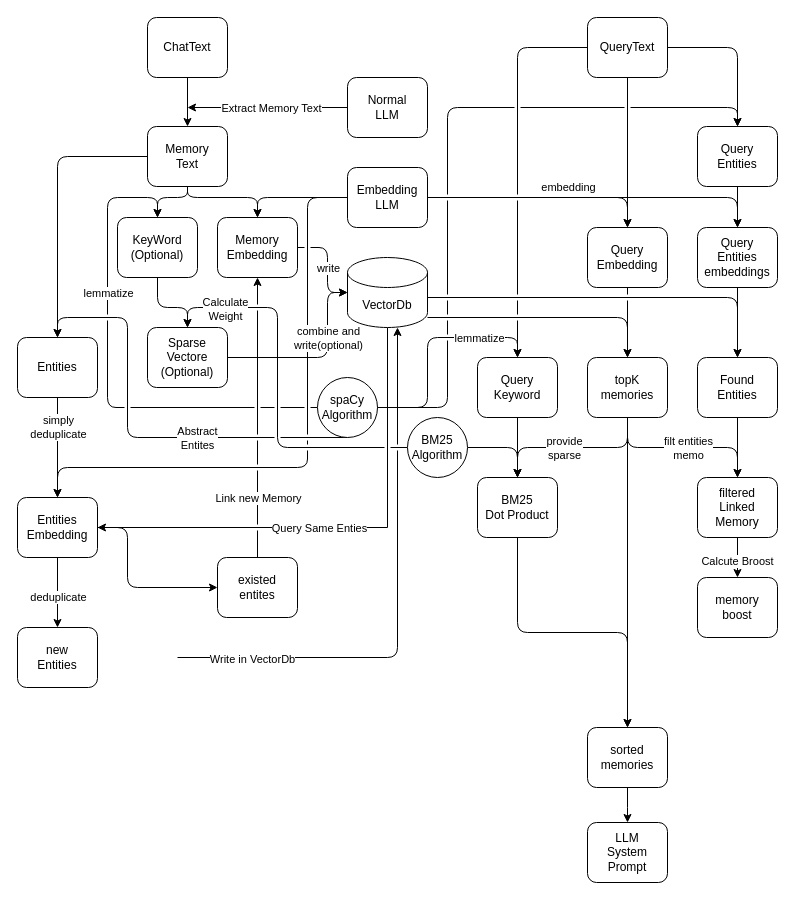
Above: mem0思维链.drawio in Chrischenny/drawio (draw.io), before the change. Source tidied: cells renumbered, new cells numbered last; positions are measured from the earlier drawing's top-left corner, leaving out a move shared by most shapes. Both pictures are drawn from the tidied source at 100%, with x=0, y=0 at pixel (17, 17).
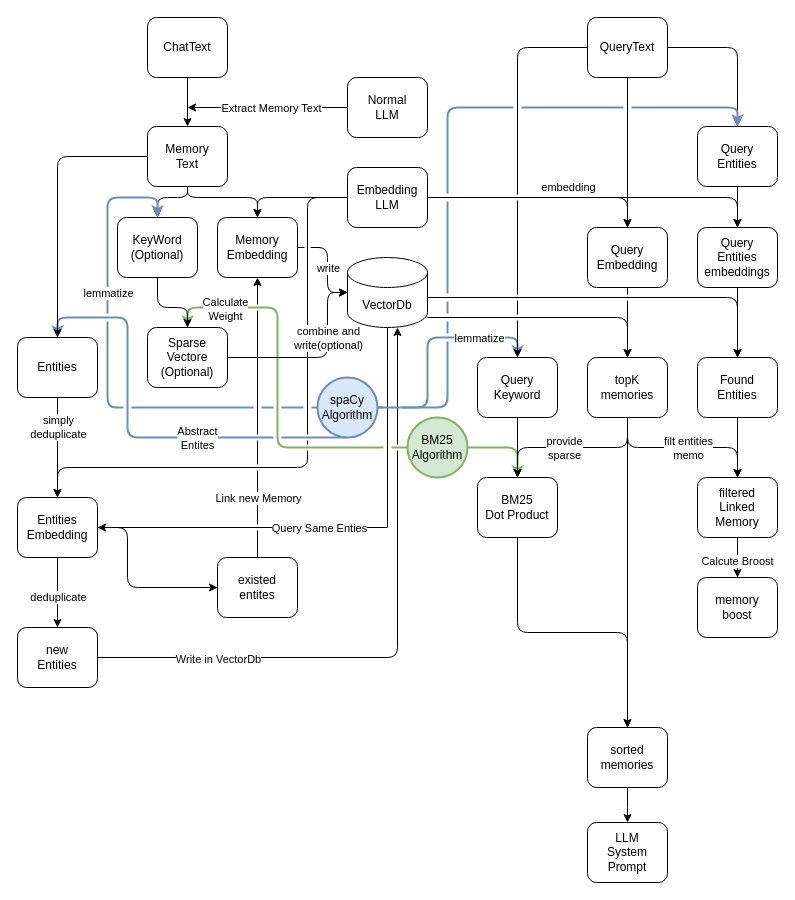
After the change.

Commit message (it also covers changes not shown here):
更新mem0思维链.drawio

Unchanged cells that the change refers to:
```xml
<mxCell id="27" value="Entities" style="rounded=1;whiteSpace=wrap;html=1;" parent="1" vertex="1">
  <mxGeometry y="320" width="80" height="60" as="geometry" />
</mxCell>
<mxCell id="33" value="new&lt;div&gt;Entities&lt;/div&gt;" style="rounded=1;whiteSpace=wrap;html=1;" parent="1" vertex="1">
  <mxGeometry y="610" width="80" height="60" as="geometry" />
</mxCell>
<mxCell id="54" value="Query&lt;div&gt;Keyword&lt;/div&gt;" style="rounded=1;whiteSpace=wrap;html=1;" parent="1" vertex="1">
  <mxGeometry x="460" y="340" width="80" height="60" as="geometry" />
</mxCell>
<mxCell id="58" value="Query&lt;div&gt;Entities&lt;/div&gt;" style="rounded=1;whiteSpace=wrap;html=1;" parent="1" vertex="1">
  <mxGeometry x="680" y="109" width="80" height="60" as="geometry" />
</mxCell>
<mxCell id="73" value="BM25&lt;div&gt;Dot Product&lt;/div&gt;" style="rounded=1;whiteSpace=wrap;html=1;" parent="1" vertex="1">
  <mxGeometry x="460" y="460" width="80" height="60" as="geometry" />
</mxCell>
<mxCell id="79" value="Sparse&lt;div&gt;Vectore&lt;/div&gt;&lt;div&gt;(Optional)&lt;/div&gt;" style="rounded=1;whiteSpace=wrap;html=1;" parent="1" vertex="1">
  <mxGeometry x="130" y="310" width="80" height="60" as="geometry" />
</mxCell>
<mxCell id="81" value="KeyWord&lt;div&gt;(Optional)&lt;/div&gt;" style="rounded=1;whiteSpace=wrap;html=1;" parent="1" vertex="1">
  <mxGeometry x="100" y="200" width="80" height="60" as="geometry" />
</mxCell>
```

What changed in the source:
```diff
@@
-    <mxCell id="4" style="edgeStyle=orthogonalEdgeStyle;rounded=1;jettySize=auto;html=1;entryX=0.5;entryY=0;entryDx=0;entryDy=0;curved=0;" parent="1" edge="1" source="7" target="73">
+    <mxCell id="4" style="edgeStyle=orthogonalEdgeStyle;rounded=1;jettySize=auto;html=1;entryX=0.5;entryY=0;entryDx=0;entryDy=0;curved=0;fillColor=#d5e8d4;strokeColor=#82b366;strokeWidth=2;" parent="1" edge="1" source="7" target="73">
       <mxGeometry relative="1" as="geometry" />
     </mxCell>
-    <mxCell id="5" style="edgeStyle=orthogonalEdgeStyle;rounded=1;jettySize=auto;html=1;entryX=0.5;entryY=0;entryDx=0;entryDy=0;curved=0;jumpStyle=gap;" parent="1" edge="1" source="7" target="79">
+    <mxCell id="5" style="edgeStyle=orthogonalEdgeStyle;rounded=1;jettySize=auto;html=1;entryX=0.5;entryY=0;entryDx=0;entryDy=0;curved=0;jumpStyle=gap;fillColor=#d5e8d4;strokeColor=#82b366;strokeWidth=2;" parent="1" edge="1" source="7" target="79">
       <mxGeometry relative="1" as="geometry">
         <Array as="points">
           <mxPoint x="260" y="430" />
           <mxPoint x="260" y="290" />
           <mxPoint x="170" y="290" />
         </Array>
       </mxGeometry>
     </mxCell>
@@
-    <mxCell id="7" value="BM25&lt;br&gt;Algorithm" style="ellipse;whiteSpace=wrap;html=1;" parent="1" vertex="1">
+    <mxCell id="7" value="BM25&lt;br&gt;Algorithm" style="ellipse;whiteSpace=wrap;html=1;fillColor=#d5e8d4;strokeColor=#82b366;strokeWidth=2;" parent="1" vertex="1">
       <mxGeometry x="390" y="400" width="60" height="60" as="geometry" />
     </mxCell>
-    <mxCell id="8" style="edgeStyle=orthogonalEdgeStyle;rounded=1;jettySize=auto;html=1;entryX=0.5;entryY=0;entryDx=0;entryDy=0;curved=0;jumpStyle=gap;" parent="1" edge="1" source="48" target="27">
+    <mxCell id="8" style="edgeStyle=orthogonalEdgeStyle;rounded=1;jettySize=auto;html=1;entryX=0.5;entryY=0;entryDx=0;entryDy=0;curved=0;jumpStyle=gap;fillColor=#dae8fc;strokeColor=#6c8ebf;strokeWidth=2;" parent="1" edge="1" source="48" target="27">
       <mxGeometry relative="1" as="geometry">
         <Array as="points">
           <mxPoint x="110" y="420" />
           <mxPoint x="110" y="300" />
           <mxPoint x="40" y="300" />
         </Array>
       </mxGeometry>
     </mxCell>
@@
-    <mxCell id="34" style="edgeStyle=orthogonalEdgeStyle;rounded=1;orthogonalLoop=1;jettySize=auto;html=1;entryX=0.5;entryY=1;entryDx=0;entryDy=0;entryPerimeter=0;curved=0;jumpStyle=gap;" parent="1" edge="1">
+    <mxCell id="34" style="edgeStyle=orthogonalEdgeStyle;rounded=1;jettySize=auto;html=1;entryX=0.5;entryY=1;entryDx=0;entryDy=0;entryPerimeter=0;curved=0;jumpStyle=gap;exitX=1;exitY=0.5;exitDx=0;exitDy=0;" parent="1" edge="1" source="33">
       <mxGeometry relative="1" as="geometry">
-        <mxPoint x="160" y="640" as="sourcePoint" />
         <mxPoint x="380" y="310" as="targetPoint" />
         <Array as="points">
           <mxPoint x="380" y="640" />
         </Array>
       </mxGeometry>
     </mxCell>
     <mxCell id="35" value="Write in VectorDb" style="edgeLabel;html=1;align=center;verticalAlign=middle;" parent="34" vertex="1">
-      <mxGeometry x="-0.73" y="-1" relative="1" as="geometry" />
+      <mxGeometry x="-0.73" y="-1" relative="1" as="geometry">
+        <mxPoint x="35" as="offset" />
+      </mxGeometry>
     </mxCell>
@@
-    <mxCell id="44" style="edgeStyle=orthogonalEdgeStyle;rounded=1;jettySize=auto;html=1;entryX=0.5;entryY=0;entryDx=0;entryDy=0;curved=0;" parent="1" edge="1" source="48" target="54">
+    <mxCell id="44" style="edgeStyle=orthogonalEdgeStyle;rounded=1;jettySize=auto;html=1;entryX=0.5;entryY=0;entryDx=0;entryDy=0;curved=0;fillColor=#dae8fc;strokeColor=#6c8ebf;strokeWidth=2;" parent="1" edge="1" source="48" target="54">
       <mxGeometry relative="1" as="geometry" />
     </mxCell>
@@
-    <mxCell id="46" style="edgeStyle=orthogonalEdgeStyle;rounded=1;jettySize=auto;html=1;entryX=0.5;entryY=0;entryDx=0;entryDy=0;curved=0;jumpStyle=gap;" parent="1" edge="1" source="48" target="81">
+    <mxCell id="46" style="edgeStyle=orthogonalEdgeStyle;rounded=1;jettySize=auto;html=1;entryX=0.5;entryY=0;entryDx=0;entryDy=0;curved=0;jumpStyle=gap;fillColor=#dae8fc;strokeColor=#6c8ebf;strokeWidth=2;" parent="1" edge="1" source="48" target="81">
       <mxGeometry relative="1" as="geometry">
         <Array as="points">
           <mxPoint x="90" y="390" />
           <mxPoint x="90" y="180" />
           <mxPoint x="140" y="180" />
         </Array>
       </mxGeometry>
     </mxCell>
@@
-    <mxCell id="48" value="spaCy&lt;br&gt;Algorithm" style="ellipse;whiteSpace=wrap;html=1;" parent="1" vertex="1">
+    <mxCell id="48" value="spaCy&lt;br&gt;Algorithm" style="ellipse;whiteSpace=wrap;html=1;fillColor=#dae8fc;strokeColor=#6c8ebf;strokeWidth=2;" parent="1" vertex="1">
       <mxGeometry x="300" y="360" width="60" height="60" as="geometry" />
     </mxCell>
@@
-    <mxCell id="77" style="edgeStyle=orthogonalEdgeStyle;rounded=1;jettySize=auto;html=1;entryX=0.5;entryY=0;entryDx=0;entryDy=0;curved=0;jumpStyle=gap;" parent="1" edge="1" source="48" target="58">
+    <mxCell id="77" style="edgeStyle=orthogonalEdgeStyle;rounded=1;jettySize=auto;html=1;entryX=0.5;entryY=0;entryDx=0;entryDy=0;curved=0;jumpStyle=gap;fillColor=#dae8fc;strokeColor=#6c8ebf;strokeWidth=2;" parent="1" edge="1" source="48" target="58">
       <mxGeometry relative="1" as="geometry">
         <Array as="points">
           <mxPoint x="430" y="390" />
           <mxPoint x="430" y="90" />
           <mxPoint x="720" y="90" />
         </Array>
       </mxGeometry>
     </mxCell>
```
